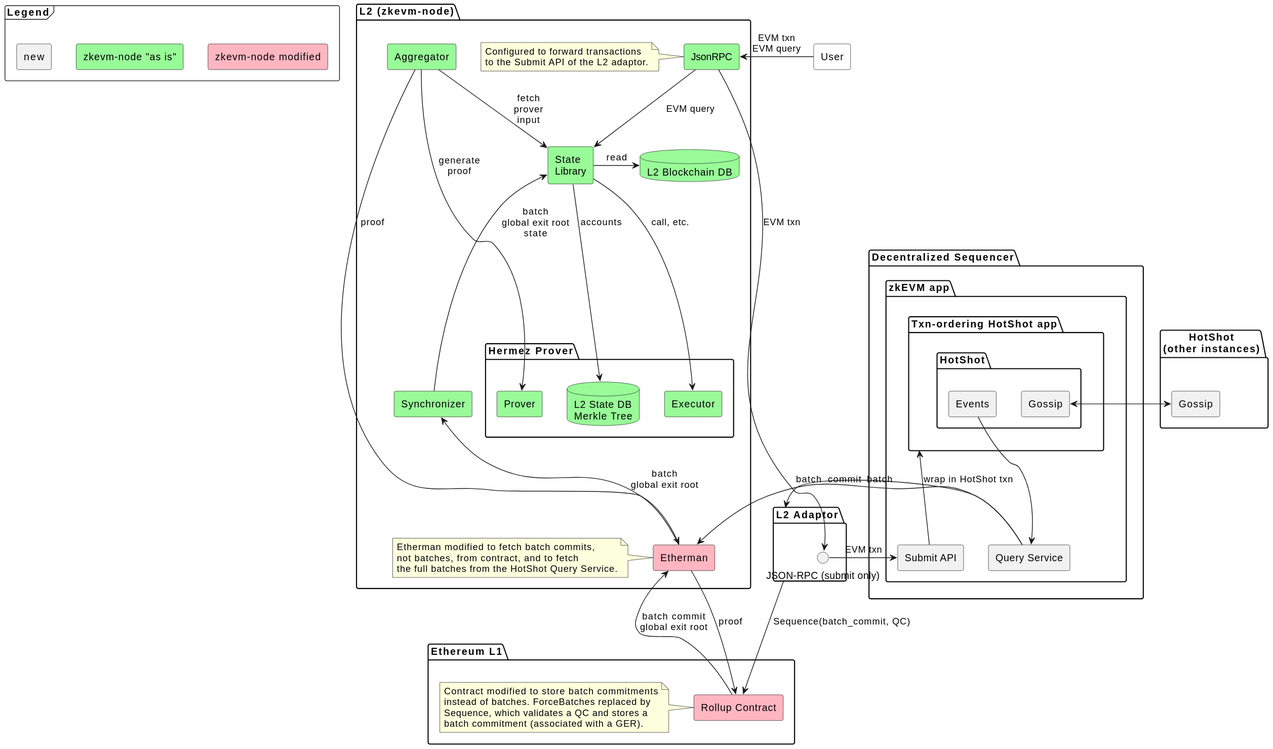
EspressoSystems/espresso-polygon-zkevm-demo keeps this PlantUML diagram as doc/architecture_phase2.svg. Above is the earlier version.
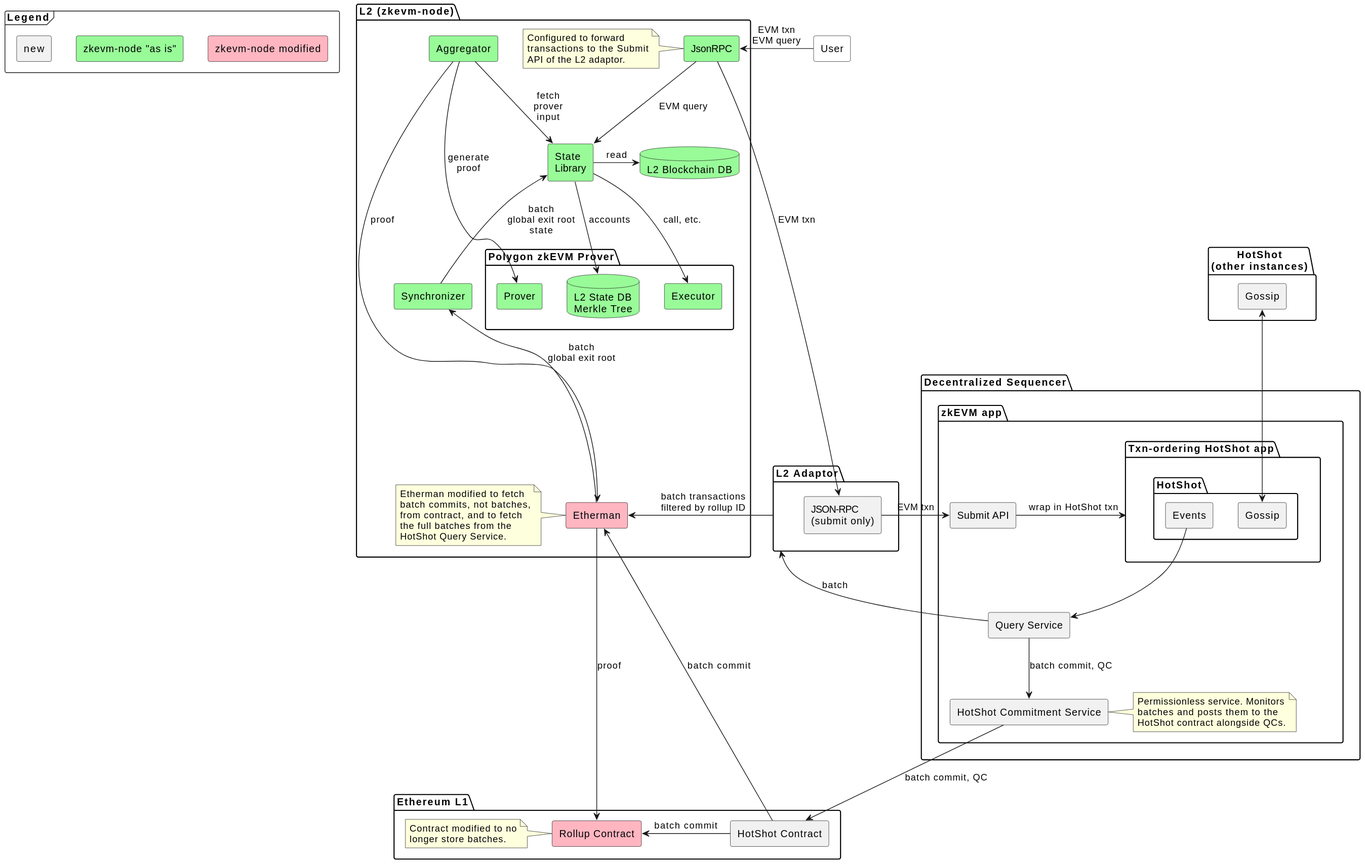
After the commit.

Commit message:
Update architecture figure (#42)

Diff of the diagram source:
```diff
@@ -25,34 +25,40 @@
         component "Events" as HotShotEvents
       }
     }
+    component "HotShot Commitment Service" as HotShotCommitment
+    note right of HotShotCommitment
+      Permissionless service. Monitors
+      batches and posts them to the
+      HotShot contract alongside QCs.
+    end note
   }
 }
 
 package "L2 Adaptor" as Adaptor {
-  interface "JSON-RPC (submit only)" as AdaptorSubmit
+  component "JSON-RPC\n(submit only)" as AdaptorSubmit
 }
 
 package "Ethereum L1" as L1 {
   component "Rollup Contract" as Rollup #LightPink
   note left of Rollup
-    Contract modified to store batch commitments
-    instead of batches. ForceBatches replaced by
-    Sequence, which validates a QC and stores a
-    batch commitment (associated with a GER).
+    Contract modified to no
+    longer store batches.
   end note
+  component "HotShot Contract" as HotShotContract
 }
 
 
 package "L2 (zkevm-node)" as L2 {
   component JsonRPC #PaleGreen
   note left of JsonRPC
-    Configured to forward transactions
-    to the Submit API of the L2 adaptor.
+    Configured to forward
+    transactions to the Submit
+    API of the L2 adaptor.
   end note
   database L2DB #PaleGreen [
     L2 Blockchain DB
   ]
-  package "Hermez Prover" as HermezProver {
+  package "Polygon zkEVM Prover" as zkEVMProver {
     component Prover #PaleGreen
     component Executor #PaleGreen
     database Tree #PaleGreen [
@@ -62,25 +68,25 @@
   }
   component Etherman #LightPink
   note left of Etherman
-    Etherman modified to fetch batch commits,
-    not batches, from contract, and to fetch
-    the full batches from the HotShot Query Service.
+    Etherman modified to fetch
+    batch commits, not batches,
+    from contract, and to fetch
+    the full batches from the
+    HotShot Query Service.
   end note
   component Aggregator #PaleGreen
   component "State\nLibrary" as State #PaleGreen
   component Synchronizer #PaleGreen
 }
 
-User -> JsonRPC: EVM txn\nEVM query
+User -left-> JsonRPC: EVM txn\nEVM query
 
 JsonRPC -> AdaptorSubmit: EVM txn
 AdaptorSubmit -> Submit: EVM txn
 
-GossipInternal <-> GossipExternal
+GossipInternal <-up-> GossipExternal
 
-QueryService -> Adaptor: batch_commit
-Adaptor -> Rollup: Sequence(batch_commit, QC)
-
+Rollup <- HotShotContract: batch commit
 JsonRPC --> State: EVM query
 
 State -> L2DB: read
@@ -91,11 +97,15 @@
 Aggregator --> Etherman: proof
 Aggregator --> Prover: generate\nproof
 Etherman --> Rollup: proof
-Etherman <- Rollup: batch commit\nglobal exit root
-Etherman <- QueryService: batch
+Etherman <-right- HotShotContract: batch commit
+Etherman <- Adaptor: batch transactions\nfiltered by rollup ID
+Adaptor <- QueryService: batch
 Synchronizer <-- Etherman: batch\nglobal exit root
 State <-- Synchronizer: batch\nglobal exit root\nstate
 
-Submit -up-> App: wrap in HotShot txn
+Submit -> App: wrap in HotShot txn
 HotShotEvents -down-> QueryService
+
+QueryService -down-> HotShotCommitment: batch commit, QC
+HotShotCommitment -down-> HotShotContract: batch commit, QC
 @enduml
```
